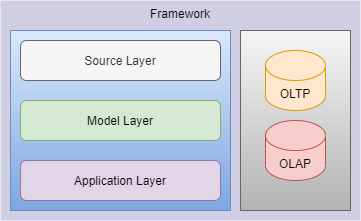
The draw.io diagram doc/img/bi-service-devops-architecture.png in eastmoon/business-intelligence-service-architecture, before a commit. Source tidied: cells renumbered, new cells last; positions are measured from the earlier drawing's top-left corner, leaving out a move shared by most shapes.
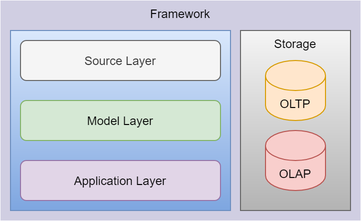
Above is the later version.

Commit message:
docs: update architecture design concept

What changed in the source:
```diff
@@ -17,14 +17,14 @@
     <mxCell id="6" value="&lt;span style=&quot;font-size: 12px&quot;&gt;Application Layer&lt;/span&gt;" style="rounded=1;whiteSpace=wrap;html=1;fontSize=6;fillColor=#e1d5e7;strokeColor=#9673a6;verticalAlign=middle;" parent="1" vertex="1">
       <mxGeometry x="20" y="160" width="200" height="40" as="geometry" />
     </mxCell>
-    <mxCell id="7" style="rounded=0;whiteSpace=wrap;html=1;fillColor=#f5f5f5;gradientColor=#b3b3b3;strokeColor=#666666;" parent="1" vertex="1">
+    <mxCell id="7" value="Storage" style="rounded=0;whiteSpace=wrap;html=1;fillColor=#f5f5f5;gradientColor=#b3b3b3;strokeColor=#666666;verticalAlign=top;" parent="1" vertex="1">
       <mxGeometry x="240" y="30" width="110" height="180" as="geometry" />
     </mxCell>
     <mxCell id="8" value="OLTP" style="shape=cylinder3;whiteSpace=wrap;html=1;boundedLbl=1;backgroundOutline=1;size=15;rounded=0;fillColor=#ffe6cc;strokeColor=#d79b00;" parent="1" vertex="1">
-      <mxGeometry x="265" y="50" width="60" height="60" as="geometry" />
+      <mxGeometry x="265" y="60" width="60" height="60" as="geometry" />
     </mxCell>
     <mxCell id="9" value="OLAP" style="shape=cylinder3;whiteSpace=wrap;html=1;boundedLbl=1;backgroundOutline=1;size=15;rounded=0;fillColor=#f8cecc;strokeColor=#b85450;" parent="1" vertex="1">
-      <mxGeometry x="265" y="120" width="60" height="60" as="geometry" />
+      <mxGeometry x="265" y="130" width="60" height="60" as="geometry" />
     </mxCell>
   </root>
 </mxGraphModel>
```
